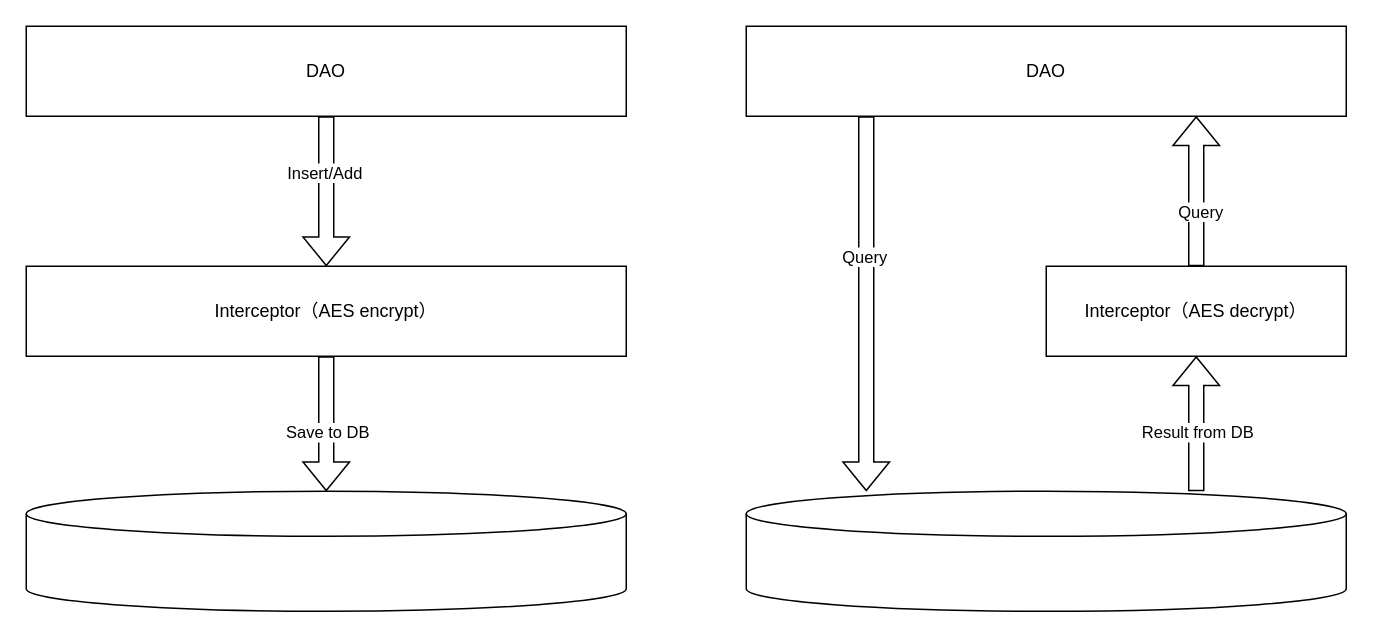
Earlier version of the draw.io diagram user/未命名绘图.drawio (jiangwu85/cloud-config-samples). Source tidied: cells renumbered, new cells numbered last; positions are measured from the earlier drawing's top-left corner, leaving out a move shared by most shapes. Both pictures are drawn from the tidied source at 150%, with x=0, y=0 at pixel (26, 26).
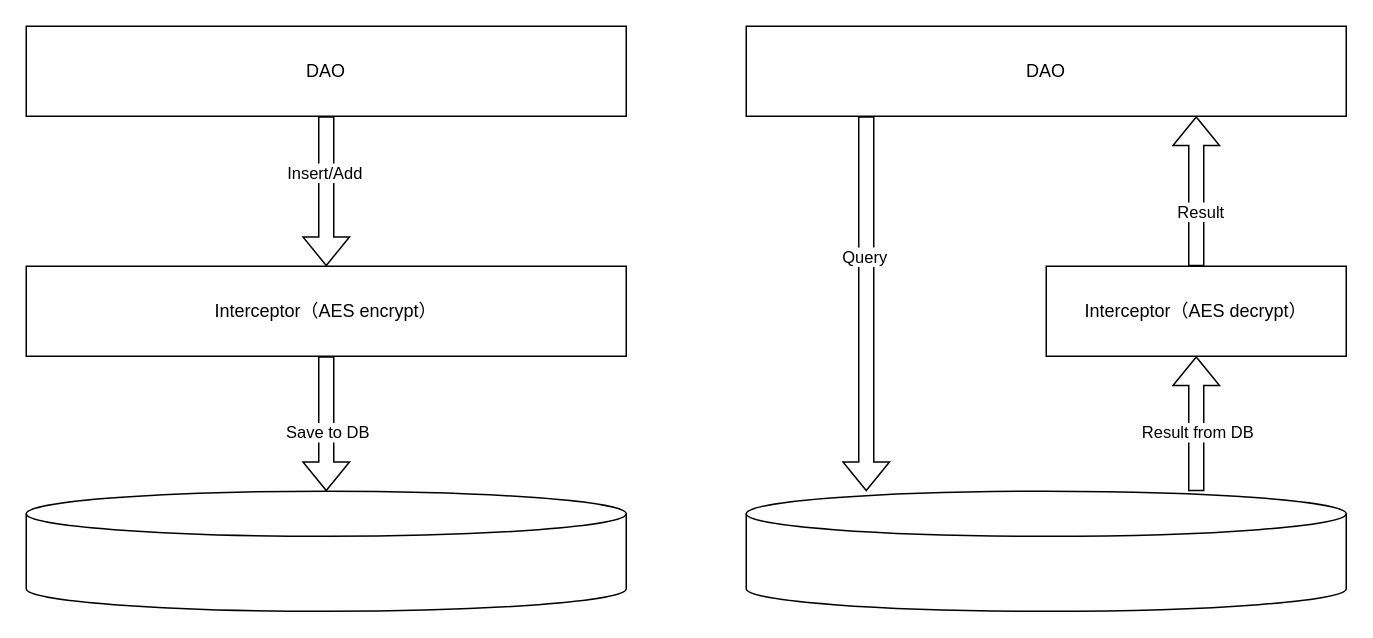
The same diagram, later.

Commit message:
更新未命名绘图.drawio

Unchanged cells that the change refers to:
```xml
<mxCell id="10" style="shape=flexArrow;endArrow=classic;html=1;rounded=0;exitX=0.5;exitY=0;exitDx=0;exitDy=0;entryX=0.75;entryY=1;entryDx=0;entryDy=0;" parent="1" edge="1" source="12" target="9">
  <mxGeometry relative="1" as="geometry" />
</mxCell>
```

The edit, as a diff of the source:
```diff
@@
-    <mxCell id="11" value="Query" style="edgeLabel;html=1;align=center;verticalAlign=middle;" parent="10" vertex="1">
+    <mxCell id="11" value="Result" style="edgeLabel;html=1;align=center;verticalAlign=middle;" parent="10" vertex="1">
       <mxGeometry x="-0.26" y="-2" relative="1" as="geometry" />
     </mxCell>
```
